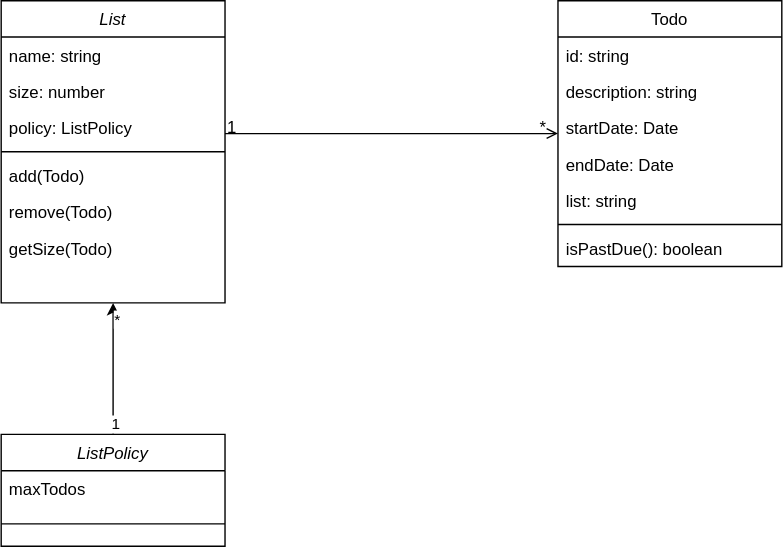
The draw.io diagram libs/todos/docs/class-diagram.drawio.svg in alexx666/clean-arch-todos, before a commit. Source tidied: cells renumbered, new cells last; positions are measured from the earlier drawing's top-left corner, leaving out a move shared by most shapes. Its diagram source:
```xml
<mxGraphModel>
  <root>
    <mxCell id="0" />
    <mxCell id="1" parent="0" />
    <mxCell id="2" value="List" style="swimlane;fontStyle=2;align=center;verticalAlign=top;horizontal=1;startSize=26;rounded=0;shadow=0;strokeWidth=1;" parent="1" vertex="1">
      <mxGeometry width="160" height="216" as="geometry" />
    </mxCell>
    <mxCell id="3" value="name: string" style="text;align=left;verticalAlign=top;spacingLeft=4;spacingRight=4;overflow=hidden;rounded=0;shadow=0;html=0;" parent="2" vertex="1">
      <mxGeometry y="26" width="160" height="26" as="geometry" />
    </mxCell>
    <mxCell id="4" value="size: number" style="text;align=left;verticalAlign=top;spacingLeft=4;spacingRight=4;overflow=hidden;rounded=0;shadow=0;html=0;" parent="2" vertex="1">
      <mxGeometry y="52" width="160" height="26" as="geometry" />
    </mxCell>
    <mxCell id="5" value="policy: ListPolicy" style="text;align=left;verticalAlign=top;spacingLeft=4;spacingRight=4;overflow=hidden;rounded=0;shadow=0;html=0;" parent="2" vertex="1">
      <mxGeometry y="78" width="160" height="26" as="geometry" />
    </mxCell>
    <mxCell id="6" style="line;html=1;strokeWidth=1;align=left;verticalAlign=middle;spacingTop=-1;spacingLeft=3;spacingRight=3;labelPosition=right;" parent="2" vertex="1">
      <mxGeometry y="104" width="160" height="8" as="geometry" />
    </mxCell>
    <mxCell id="7" value="add(Todo)" style="text;align=left;verticalAlign=top;spacingLeft=4;spacingRight=4;overflow=hidden;" parent="2" vertex="1">
      <mxGeometry y="112" width="160" height="26" as="geometry" />
    </mxCell>
    <mxCell id="8" value="remove(Todo)" style="text;align=left;verticalAlign=top;spacingLeft=4;spacingRight=4;overflow=hidden;" parent="2" vertex="1">
      <mxGeometry y="138" width="160" height="26" as="geometry" />
    </mxCell>
    <mxCell id="9" value="getSize(Todo)" style="text;align=left;verticalAlign=top;spacingLeft=4;spacingRight=4;overflow=hidden;" parent="2" vertex="1">
      <mxGeometry y="164" width="160" height="26" as="geometry" />
    </mxCell>
    <mxCell id="10" value="Todo" style="swimlane;fontStyle=0;align=center;verticalAlign=top;horizontal=1;startSize=26;rounded=0;shadow=0;strokeWidth=1;" parent="1" vertex="1">
      <mxGeometry x="398" width="160" height="190" as="geometry" />
    </mxCell>
    <mxCell id="11" value="id: string" style="text;align=left;verticalAlign=top;spacingLeft=4;spacingRight=4;overflow=hidden;" parent="10" vertex="1">
      <mxGeometry y="26" width="160" height="26" as="geometry" />
    </mxCell>
    <mxCell id="12" value="description: string" style="text;align=left;verticalAlign=top;spacingLeft=4;spacingRight=4;overflow=hidden;rounded=0;shadow=0;html=0;" parent="10" vertex="1">
      <mxGeometry y="52" width="160" height="26" as="geometry" />
    </mxCell>
    <mxCell id="13" value="startDate: Date" style="text;align=left;verticalAlign=top;spacingLeft=4;spacingRight=4;overflow=hidden;rounded=0;shadow=0;html=0;" parent="10" vertex="1">
      <mxGeometry y="78" width="160" height="26" as="geometry" />
    </mxCell>
    <mxCell id="14" value="endDate: Date" style="text;align=left;verticalAlign=top;spacingLeft=4;spacingRight=4;overflow=hidden;rounded=0;shadow=0;html=0;" parent="10" vertex="1">
      <mxGeometry y="104" width="160" height="26" as="geometry" />
    </mxCell>
    <mxCell id="15" value="list: string" style="text;align=left;verticalAlign=top;spacingLeft=4;spacingRight=4;overflow=hidden;rounded=0;shadow=0;html=0;" parent="10" vertex="1">
      <mxGeometry y="130" width="160" height="26" as="geometry" />
    </mxCell>
    <mxCell id="16" style="line;html=1;strokeWidth=1;align=left;verticalAlign=middle;spacingTop=-1;spacingLeft=3;spacingRight=3;labelPosition=right;" parent="10" vertex="1">
      <mxGeometry y="156" width="160" height="8" as="geometry" />
    </mxCell>
    <mxCell id="17" value="isPastDue(): boolean" style="text;align=left;verticalAlign=top;spacingLeft=4;spacingRight=4;overflow=hidden;" parent="10" vertex="1">
      <mxGeometry y="164" width="160" height="26" as="geometry" />
    </mxCell>
    <mxCell id="18" style="endArrow=open;shadow=0;strokeWidth=1;rounded=0;endFill=1;edgeStyle=elbowEdgeStyle;elbow=vertical;" parent="1" edge="1" source="2" target="10">
      <mxGeometry x="0.5" y="41" relative="1" as="geometry">
        <mxPoint x="-40" y="32" as="offset" />
      </mxGeometry>
    </mxCell>
    <mxCell id="19" value="1" style="align=left;verticalAlign=bottom;labelBackgroundColor=none;fontSize=12;" parent="18" vertex="1">
      <mxGeometry x="-1" relative="1" as="geometry">
        <mxPoint y="4" as="offset" />
      </mxGeometry>
    </mxCell>
    <mxCell id="20" value="*" style="align=right;verticalAlign=bottom;labelBackgroundColor=none;fontSize=12;" parent="18" vertex="1">
      <mxGeometry x="1" relative="1" as="geometry">
        <mxPoint x="-7" y="4" as="offset" />
      </mxGeometry>
    </mxCell>
    <mxCell id="21" style="edgeStyle=orthogonalEdgeStyle;rounded=0;jettySize=auto;html=1;exitX=0.5;exitY=0;exitDx=0;exitDy=0;" parent="1" edge="1" source="24" target="2">
      <mxGeometry relative="1" as="geometry" />
    </mxCell>
    <mxCell id="22" value="*" style="edgeLabel;html=1;align=center;verticalAlign=middle;" parent="21" vertex="1">
      <mxGeometry x="0.77" y="-2" relative="1" as="geometry" />
    </mxCell>
    <mxCell id="23" value="1" style="edgeLabel;html=1;align=center;verticalAlign=middle;" parent="21" vertex="1">
      <mxGeometry x="-0.82" y="-1" relative="1" as="geometry" />
    </mxCell>
    <mxCell id="24" value="ListPolicy" style="swimlane;fontStyle=2;align=center;verticalAlign=top;horizontal=1;startSize=26;rounded=0;shadow=0;strokeWidth=1;" parent="1" vertex="1">
      <mxGeometry y="310" width="160" height="80" as="geometry" />
    </mxCell>
    <mxCell id="25" value="maxTodos" style="text;align=left;verticalAlign=top;spacingLeft=4;spacingRight=4;overflow=hidden;rounded=0;shadow=0;html=0;" parent="24" vertex="1">
      <mxGeometry y="26" width="160" height="26" as="geometry" />
    </mxCell>
    <mxCell id="26" style="line;html=1;strokeWidth=1;align=left;verticalAlign=middle;spacingTop=-1;spacingLeft=3;spacingRight=3;labelPosition=right;" parent="24" vertex="1">
      <mxGeometry y="52" width="160" height="24" as="geometry" />
    </mxCell>
  </root>
</mxGraphModel>
```
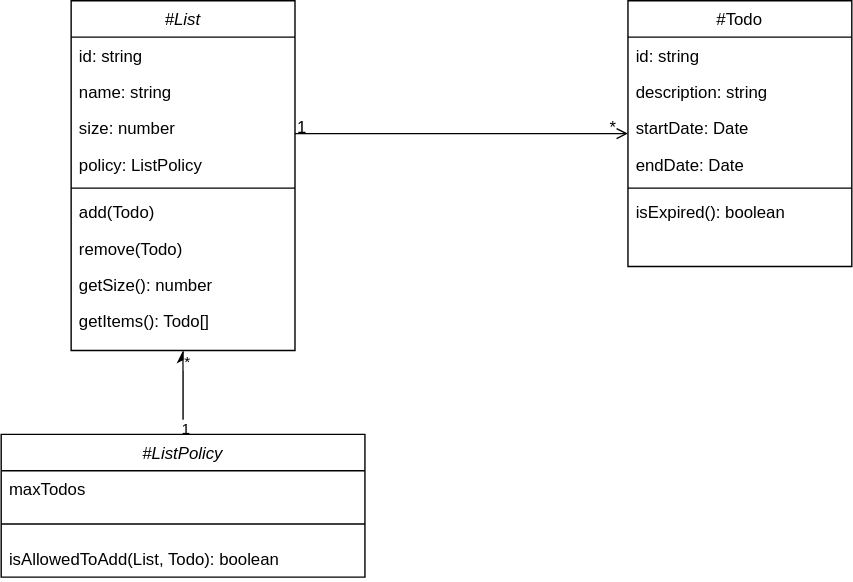
After the commit.

Diff of the diagram source:
```diff
@@ -2,31 +2,37 @@
   <root>
     <mxCell id="0" />
     <mxCell id="1" parent="0" />
-    <mxCell id="2" value="List" style="swimlane;fontStyle=2;align=center;verticalAlign=top;horizontal=1;startSize=26;rounded=0;shadow=0;strokeWidth=1;" parent="1" vertex="1">
-      <mxGeometry width="160" height="216" as="geometry" />
+    <mxCell id="2" value="#List" style="swimlane;fontStyle=2;align=center;verticalAlign=top;horizontal=1;startSize=26;rounded=0;shadow=0;strokeWidth=1;" parent="1" vertex="1">
+      <mxGeometry width="160" height="250" as="geometry" />
     </mxCell>
+    <mxCell id="27" value="id: string" style="text;align=left;verticalAlign=top;spacingLeft=4;spacingRight=4;overflow=hidden;rounded=0;shadow=0;html=0;" parent="2" vertex="1">
+      <mxGeometry y="26" width="160" height="26" as="geometry" />
+    </mxCell>
     <mxCell id="3" value="name: string" style="text;align=left;verticalAlign=top;spacingLeft=4;spacingRight=4;overflow=hidden;rounded=0;shadow=0;html=0;" parent="2" vertex="1">
-      <mxGeometry y="26" width="160" height="26" as="geometry" />
+      <mxGeometry y="52" width="160" height="26" as="geometry" />
     </mxCell>
     <mxCell id="4" value="size: number" style="text;align=left;verticalAlign=top;spacingLeft=4;spacingRight=4;overflow=hidden;rounded=0;shadow=0;html=0;" parent="2" vertex="1">
-      <mxGeometry y="52" width="160" height="26" as="geometry" />
+      <mxGeometry y="78" width="160" height="26" as="geometry" />
     </mxCell>
     <mxCell id="5" value="policy: ListPolicy" style="text;align=left;verticalAlign=top;spacingLeft=4;spacingRight=4;overflow=hidden;rounded=0;shadow=0;html=0;" parent="2" vertex="1">
-      <mxGeometry y="78" width="160" height="26" as="geometry" />
+      <mxGeometry y="104" width="160" height="26" as="geometry" />
     </mxCell>
     <mxCell id="6" style="line;html=1;strokeWidth=1;align=left;verticalAlign=middle;spacingTop=-1;spacingLeft=3;spacingRight=3;labelPosition=right;" parent="2" vertex="1">
-      <mxGeometry y="104" width="160" height="8" as="geometry" />
+      <mxGeometry y="130" width="160" height="8" as="geometry" />
     </mxCell>
     <mxCell id="7" value="add(Todo)" style="text;align=left;verticalAlign=top;spacingLeft=4;spacingRight=4;overflow=hidden;" parent="2" vertex="1">
-      <mxGeometry y="112" width="160" height="26" as="geometry" />
+      <mxGeometry y="138" width="160" height="26" as="geometry" />
     </mxCell>
     <mxCell id="8" value="remove(Todo)" style="text;align=left;verticalAlign=top;spacingLeft=4;spacingRight=4;overflow=hidden;" parent="2" vertex="1">
-      <mxGeometry y="138" width="160" height="26" as="geometry" />
+      <mxGeometry y="164" width="160" height="26" as="geometry" />
     </mxCell>
-    <mxCell id="9" value="getSize(Todo)" style="text;align=left;verticalAlign=top;spacingLeft=4;spacingRight=4;overflow=hidden;" parent="2" vertex="1">
-      <mxGeometry y="164" width="160" height="26" as="geometry" />
+    <mxCell id="9" value="getSize(): number" style="text;align=left;verticalAlign=top;spacingLeft=4;spacingRight=4;overflow=hidden;" parent="2" vertex="1">
+      <mxGeometry y="190" width="160" height="26" as="geometry" />
     </mxCell>
+    <mxCell id="28" value="getItems(): Todo[]" style="text;align=left;verticalAlign=top;spacingLeft=4;spacingRight=4;overflow=hidden;" parent="2" vertex="1">
+      <mxGeometry y="216" width="160" height="26" as="geometry" />
+    </mxCell>
-    <mxCell id="10" value="Todo" style="swimlane;fontStyle=0;align=center;verticalAlign=top;horizontal=1;startSize=26;rounded=0;shadow=0;strokeWidth=1;" parent="1" vertex="1">
+    <mxCell id="10" value="#Todo" style="swimlane;fontStyle=0;align=center;verticalAlign=top;horizontal=1;startSize=26;rounded=0;shadow=0;strokeWidth=1;" parent="1" vertex="1">
       <mxGeometry x="398" width="160" height="190" as="geometry" />
     </mxCell>
     <mxCell id="11" value="id: string" style="text;align=left;verticalAlign=top;spacingLeft=4;spacingRight=4;overflow=hidden;" parent="10" vertex="1">
@@ -41,14 +47,11 @@
     <mxCell id="14" value="endDate: Date" style="text;align=left;verticalAlign=top;spacingLeft=4;spacingRight=4;overflow=hidden;rounded=0;shadow=0;html=0;" parent="10" vertex="1">
       <mxGeometry y="104" width="160" height="26" as="geometry" />
     </mxCell>
-    <mxCell id="15" value="list: string" style="text;align=left;verticalAlign=top;spacingLeft=4;spacingRight=4;overflow=hidden;rounded=0;shadow=0;html=0;" parent="10" vertex="1">
-      <mxGeometry y="130" width="160" height="26" as="geometry" />
-    </mxCell>
     <mxCell id="16" style="line;html=1;strokeWidth=1;align=left;verticalAlign=middle;spacingTop=-1;spacingLeft=3;spacingRight=3;labelPosition=right;" parent="10" vertex="1">
-      <mxGeometry y="156" width="160" height="8" as="geometry" />
+      <mxGeometry y="130" width="160" height="8" as="geometry" />
     </mxCell>
-    <mxCell id="17" value="isPastDue(): boolean" style="text;align=left;verticalAlign=top;spacingLeft=4;spacingRight=4;overflow=hidden;" parent="10" vertex="1">
-      <mxGeometry y="164" width="160" height="26" as="geometry" />
+    <mxCell id="17" value="isExpired(): boolean" style="text;align=left;verticalAlign=top;spacingLeft=4;spacingRight=4;overflow=hidden;" parent="10" vertex="1">
+      <mxGeometry y="138" width="160" height="26" as="geometry" />
     </mxCell>
     <mxCell id="18" style="endArrow=open;shadow=0;strokeWidth=1;rounded=0;endFill=1;edgeStyle=elbowEdgeStyle;elbow=vertical;" parent="1" edge="1" source="2" target="10">
       <mxGeometry x="0.5" y="41" relative="1" as="geometry">
@@ -74,14 +77,17 @@
     <mxCell id="23" value="1" style="edgeLabel;html=1;align=center;verticalAlign=middle;" parent="21" vertex="1">
       <mxGeometry x="-0.82" y="-1" relative="1" as="geometry" />
     </mxCell>
-    <mxCell id="24" value="ListPolicy" style="swimlane;fontStyle=2;align=center;verticalAlign=top;horizontal=1;startSize=26;rounded=0;shadow=0;strokeWidth=1;" parent="1" vertex="1">
-      <mxGeometry y="310" width="160" height="80" as="geometry" />
+    <mxCell id="24" value="#ListPolicy" style="swimlane;fontStyle=2;align=center;verticalAlign=top;horizontal=1;startSize=26;rounded=0;shadow=0;strokeWidth=1;" parent="1" vertex="1">
+      <mxGeometry x="-50" y="310" width="260" height="102" as="geometry" />
     </mxCell>
     <mxCell id="25" value="maxTodos" style="text;align=left;verticalAlign=top;spacingLeft=4;spacingRight=4;overflow=hidden;rounded=0;shadow=0;html=0;" parent="24" vertex="1">
-      <mxGeometry y="26" width="160" height="26" as="geometry" />
+      <mxGeometry y="26" width="260" height="26" as="geometry" />
     </mxCell>
     <mxCell id="26" style="line;html=1;strokeWidth=1;align=left;verticalAlign=middle;spacingTop=-1;spacingLeft=3;spacingRight=3;labelPosition=right;" parent="24" vertex="1">
-      <mxGeometry y="52" width="160" height="24" as="geometry" />
+      <mxGeometry y="52" width="260" height="24" as="geometry" />
     </mxCell>
+    <mxCell id="29" value="isAllowedToAdd(List, Todo): boolean" style="text;align=left;verticalAlign=top;spacingLeft=4;spacingRight=4;overflow=hidden;rounded=0;shadow=0;html=0;" parent="24" vertex="1">
+      <mxGeometry y="76" width="260" height="26" as="geometry" />
+    </mxCell>
   </root>
 </mxGraphModel>
```
